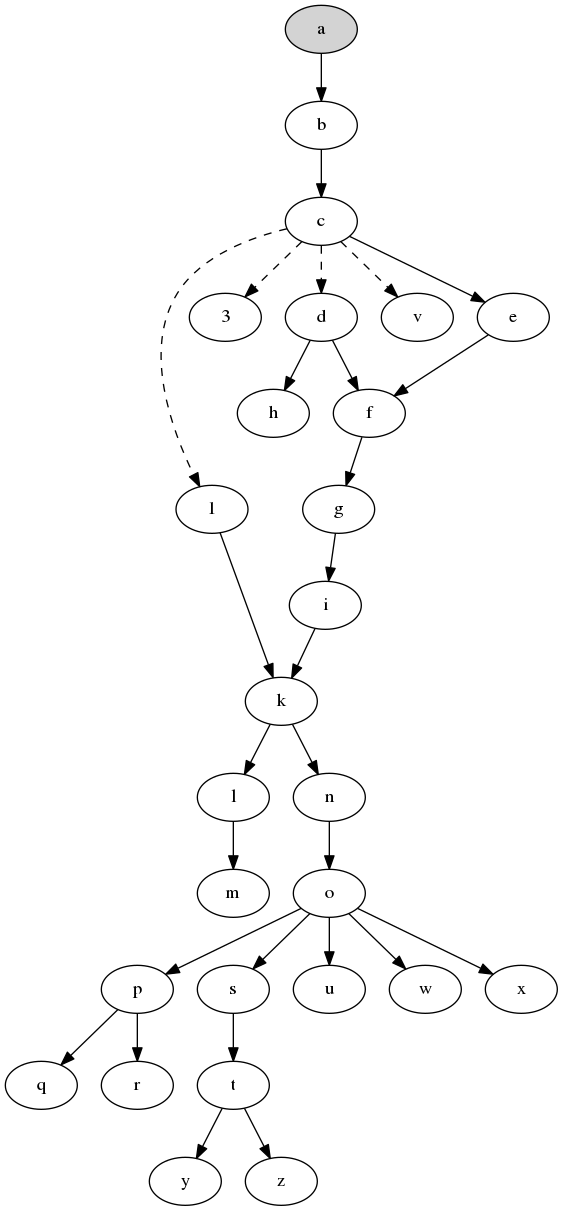
Above: svm-startup-deps.png in jdmpapin/svm-startup-deps (Graphviz), before the change. Its source is kept beside it as svm-startup-deps.dot.
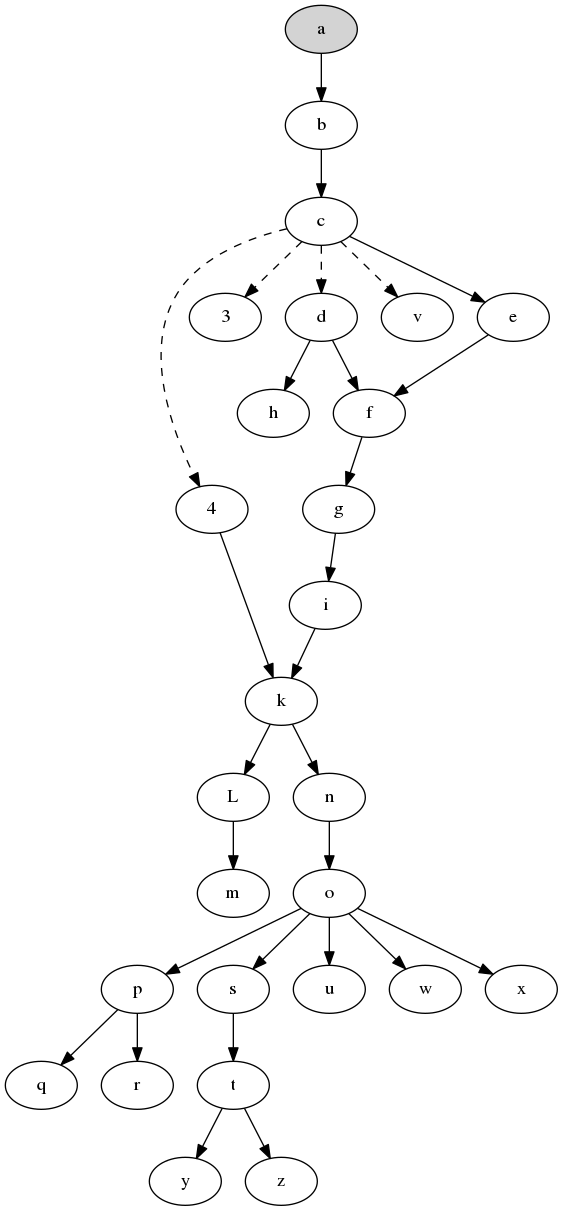
After the commit.

Commit message:
Relabel 1 and l to disambiguate due to the font used by graphviz

The edit, as a diff of the source:
```diff
@@ -1,5 +1,5 @@
 digraph {
-    1;
+    4;
     3;
     a [style=filled,fillcolor=lightgrey];
     b;
@@ -11,7 +11,7 @@
     h;
     i;
     k;
-    l;
+    L;
     m;
     n;
     o;
@@ -27,8 +27,8 @@
     y;
     z;
 
-    1 -> k;
-    c -> 1 [style=dashed];
+    4 -> k;
+    c -> 4 [style=dashed];
     c -> 3 [style=dashed];
     c -> d [style=dashed];
     c -> v [style=dashed];
@@ -41,8 +41,8 @@
     d -> h;
     g -> i;
     i -> k;
-    k -> l;
-    l -> m;
+    k -> L;
+    L -> m;
     k -> n;
     n -> o;
     o -> p;
```
